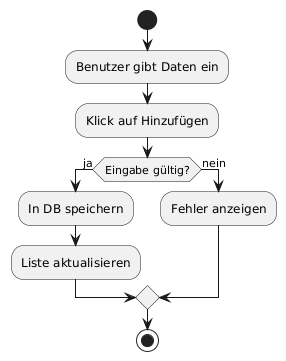
Above: docs/uml/activity_add.png in mila25-25/BudgetManager (PlantUML), before the change.
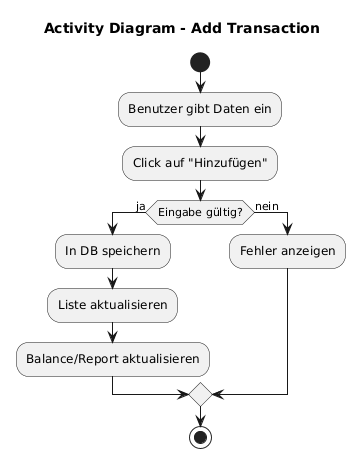
Later version of the same file.

Change to the diagram source:
```diff
@@ -1,10 +1,13 @@
 @startuml
+title Activity Diagram - Add Transaction
+
 start
 :Benutzer gibt Daten ein;
-:Klick auf Hinzufügen;
+:Click auf "Hinzufügen";
 if (Eingabe gültig?) then (ja)
   :In DB speichern;
   :Liste aktualisieren;
+  :Balance/Report aktualisieren;
 else (nein)
   :Fehler anzeigen;
 endif
```
